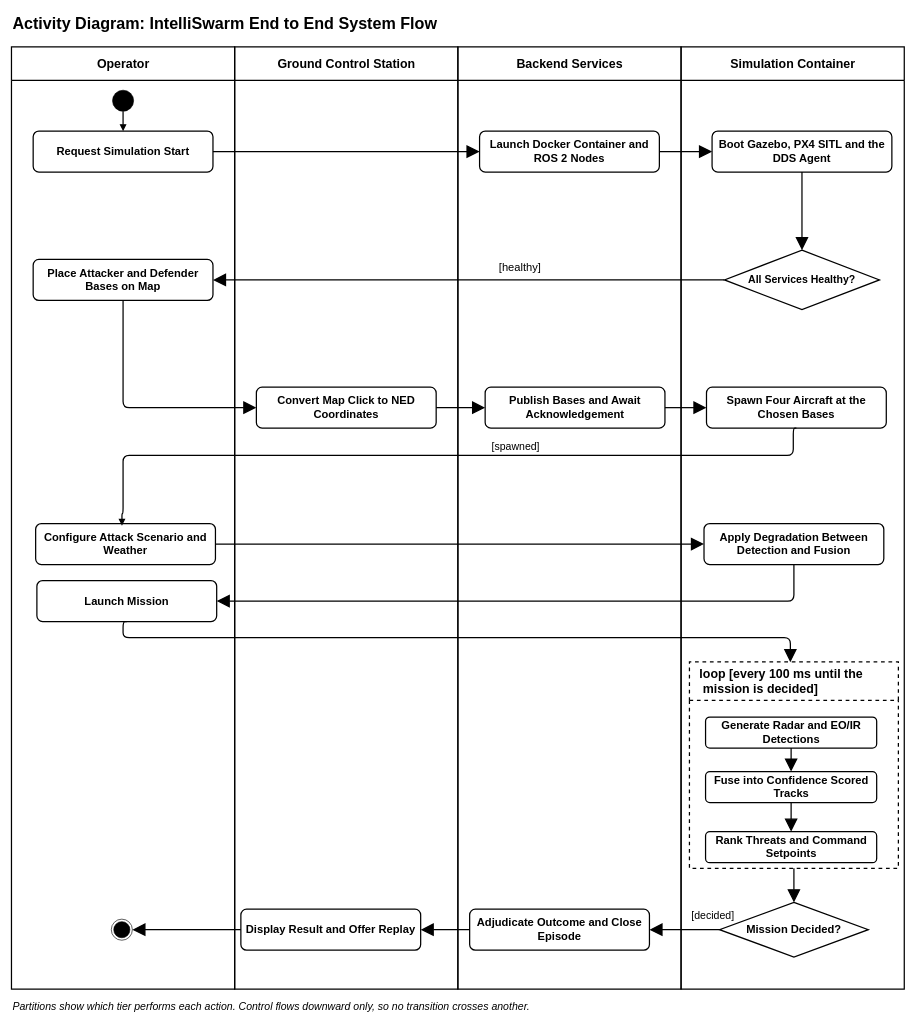
syedmohammad611/diagrams keeps this draw.io diagram as 21_activity_system_overview.drawio. Above is the earlier version. Source tidied: cells renumbered, new cells numbered last; positions are measured from the earlier drawing's top-left corner, leaving out a move shared by most shapes. Both pictures are drawn from the tidied source at 62%, with x=0, y=0 at pixel (11, 11).
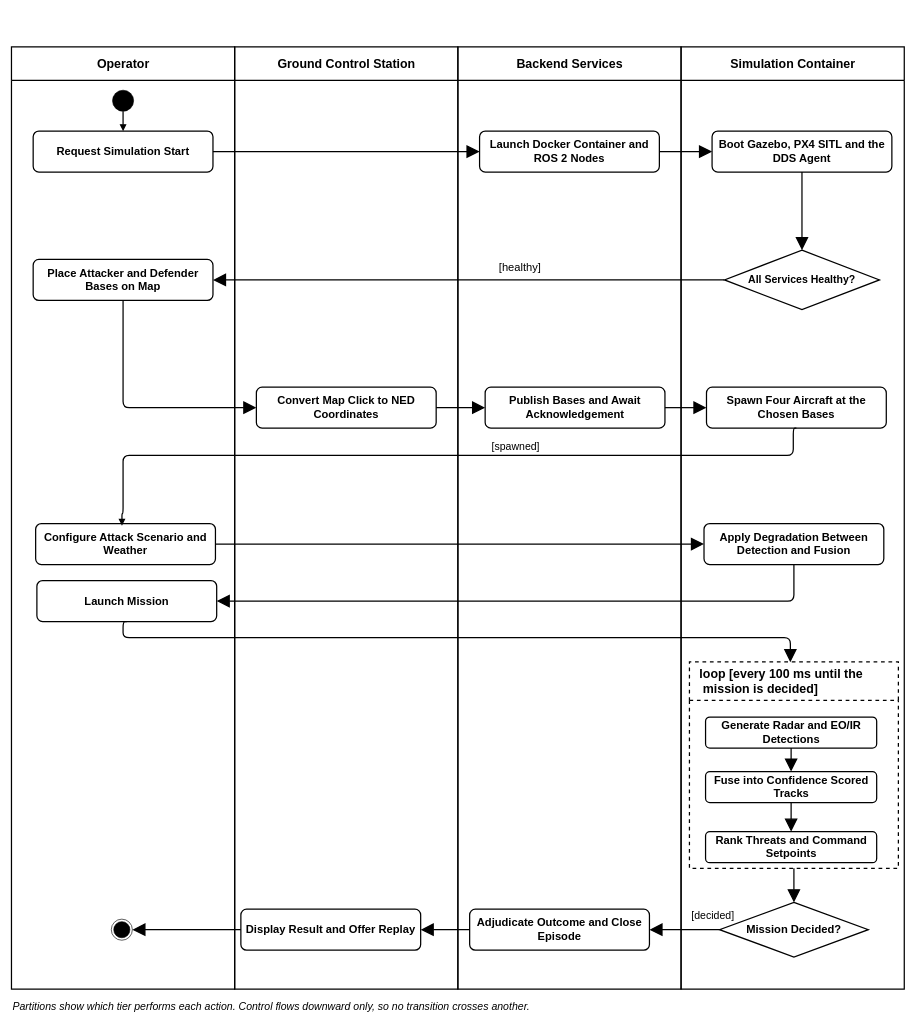
Above is the later version.

Commit message (it also covers changes not shown here):
refactor: update activity diagram layouts

What changed in the source:
```diff
@@
-    <mxCell id="2" value="&lt;b&gt;Activity Diagram: IntelliSwarm End to End System Flow&lt;/b&gt;" style="text;html=1;strokeColor=none;fillColor=none;align=left;verticalAlign=middle;fontFamily=Helvetica;fontColor=#000000;fontSize=26;fontStyle=1;" parent="1" vertex="1">
-      <mxGeometry width="1000" height="40" as="geometry" />
-    </mxCell>
```
